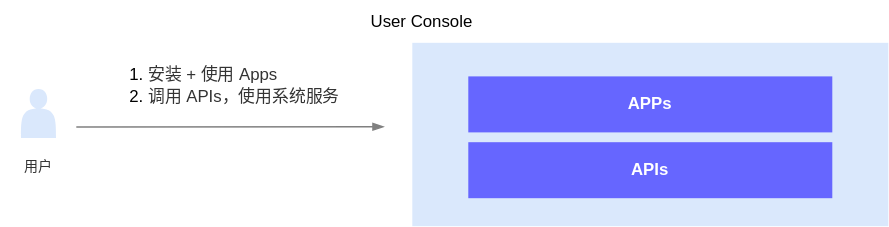
t9k/ucman keeps this draw.io diagram as src/assets/overview/use-user-console.drawio.svg. Above is the earlier version. Source tidied: cells renumbered, new cells last; positions are measured from the earlier drawing's top-left corner, leaving out a move shared by most shapes.
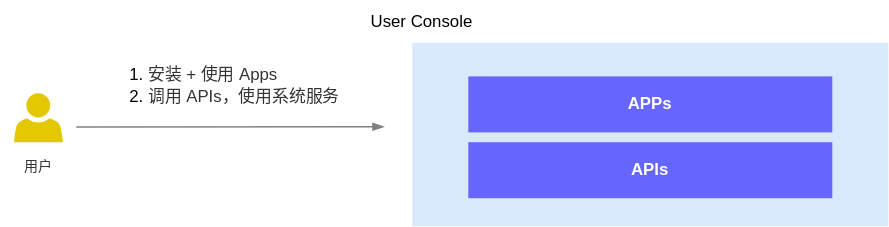
After the commit.

What changed in the source:
```diff
@@ -17,9 +17,6 @@
         <mxPoint x="274" y="90" as="targetPoint" />
       </mxGeometry>
     </mxCell>
-    <mxCell id="6" style="shape=actor;whiteSpace=wrap;html=1;fillColor=#dae8fc;strokeColor=none;" parent="1" vertex="1">
-      <mxGeometry x="14.5" y="63" width="25" height="35" as="geometry" />
-    </mxCell>
     <mxCell id="7" value="&lt;font&gt;&lt;b&gt;APIs&lt;/b&gt;&lt;/font&gt;" style="rounded=0;whiteSpace=wrap;html=1;fillColor=#6666FF;strokeColor=none;fontColor=#FFFFFF;" parent="1" vertex="1">
       <mxGeometry x="334" y="101" width="260" height="40" as="geometry" />
     </mxCell>
@@ -29,5 +26,8 @@
     <mxCell id="9" value="&lt;font color=&quot;#333333&quot;&gt;&lt;span style=&quot;font-size: 10px;&quot;&gt;用户&lt;/span&gt;&lt;/font&gt;" style="text;html=1;strokeColor=none;fillColor=none;align=center;verticalAlign=middle;whiteSpace=wrap;rounded=0;" parent="1" vertex="1">
       <mxGeometry y="107" width="54" height="21" as="geometry" />
     </mxCell>
+    <mxCell id="10" style="sketch=0;shadow=0;dashed=0;html=1;strokeColor=none;fillColor=#e3c800;labelPosition=center;verticalLabelPosition=bottom;verticalAlign=top;align=center;shape=mxgraph.office.users.user;fontColor=#000000;" parent="1" vertex="1">
+      <mxGeometry x="9.5" y="66" width="35" height="35" as="geometry" />
+    </mxCell>
   </root>
 </mxGraphModel>
```
